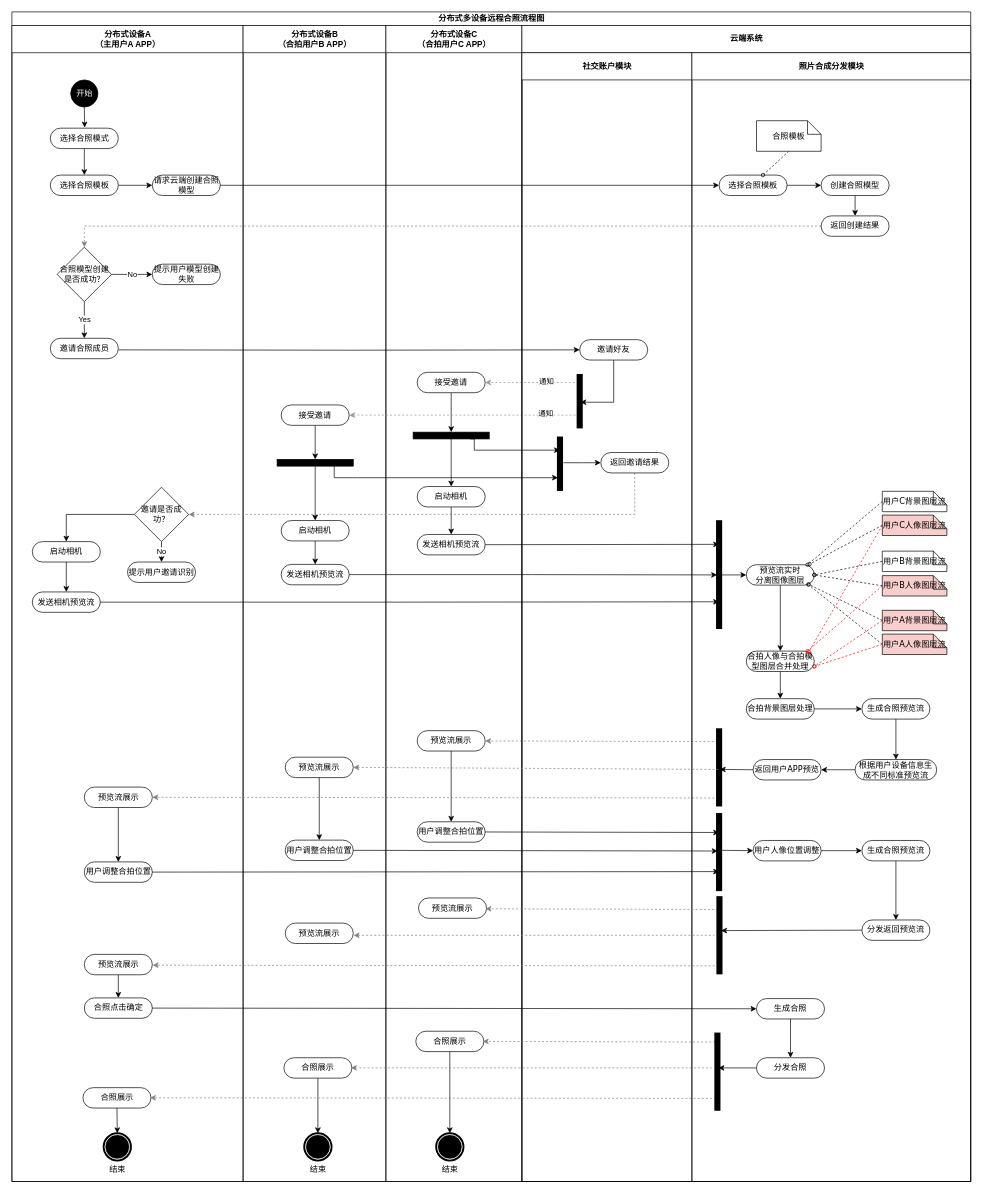
The draw.io diagram draw/分布式多设备远程合照流程图.drawio in befairyliu/draw.io, before the edit. Source tidied: cells renumbered, new cells numbered last; positions are measured from the earlier drawing's top-left corner, leaving out a move shared by most shapes. Both pictures are drawn from the tidied source at 68%, with x=0, y=0 at pixel (12, 12).
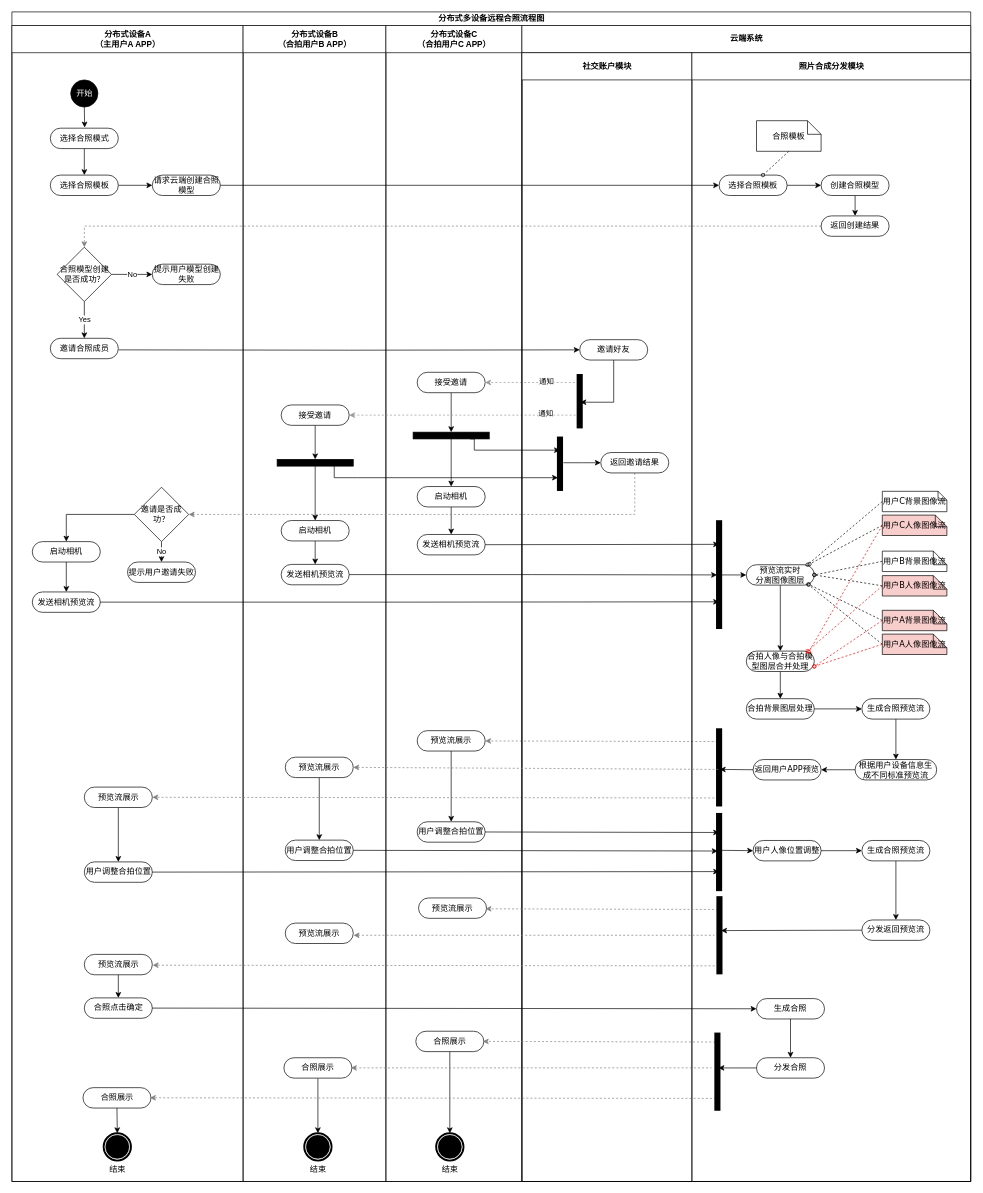
The same page after the edit.

Commit message:
Update 分布式多设备远程合照流程图.drawio

The change refers to these unchanged cells:
```xml
<mxCell id="4" value="分布式设备A&lt;br&gt;（主用户A APP）" style="swimlane;html=1;startSize=40;" parent="2" vertex="1">
  <mxGeometry y="20" width="340" height="1700" as="geometry" />
</mxCell>
<mxCell id="88" value="照片合成分发模块" style="swimlane;html=1;startSize=40;" parent="77" vertex="1">
  <mxGeometry x="250" y="40" width="410" height="1660" as="geometry" />
</mxCell>
```

Change to the diagram source:
```diff
@@
-    <mxCell id="30" value="提示用户邀请识别" style="rounded=1;whiteSpace=wrap;html=1;shadow=0;comic=0;labelBackgroundColor=none;strokeWidth=1;fontFamily=Verdana;fontSize=12;align=center;arcSize=50;" parent="4" vertex="1">
+    <mxCell id="30" value="提示用户邀请失败" style="rounded=1;whiteSpace=wrap;html=1;shadow=0;comic=0;labelBackgroundColor=none;strokeWidth=1;fontFamily=Verdana;fontSize=12;align=center;arcSize=50;" parent="4" vertex="1">
       <mxGeometry x="170" y="789" width="100" height="30" as="geometry" />
     </mxCell>
@@
-    <mxCell id="128" value="用户A人像图层流" style="shape=note;whiteSpace=wrap;html=1;rounded=0;shadow=0;comic=0;labelBackgroundColor=none;strokeWidth=1;fontFamily=Verdana;fontSize=12;align=center;size=20;fillColor=#F8CECC;" parent="88" vertex="1">
+    <mxCell id="128" value="用户A人像图像流" style="shape=note;whiteSpace=wrap;html=1;rounded=0;shadow=0;comic=0;labelBackgroundColor=none;strokeWidth=1;fontFamily=Verdana;fontSize=12;align=center;size=20;fillColor=#F8CECC;" parent="88" vertex="1">
       <mxGeometry x="280" y="855" width="95" height="30" as="geometry" />
     </mxCell>
-    <mxCell id="129" value="用户A背景图层流" style="shape=note;whiteSpace=wrap;html=1;rounded=0;shadow=0;comic=0;labelBackgroundColor=none;strokeWidth=1;fontFamily=Verdana;fontSize=12;align=center;size=20;fillColor=#F8CECC;" parent="88" vertex="1">
+    <mxCell id="129" value="用户A背景图像流" style="shape=note;whiteSpace=wrap;html=1;rounded=0;shadow=0;comic=0;labelBackgroundColor=none;strokeWidth=1;fontFamily=Verdana;fontSize=12;align=center;size=20;fillColor=#F8CECC;" parent="88" vertex="1">
       <mxGeometry x="280" y="820" width="95" height="30" as="geometry" />
     </mxCell>
-    <mxCell id="130" value="用户B人像图层流" style="shape=note;whiteSpace=wrap;html=1;rounded=0;shadow=0;comic=0;labelBackgroundColor=none;strokeWidth=1;fontFamily=Verdana;fontSize=12;align=center;size=20;fillColor=#F8CECC;" parent="88" vertex="1">
+    <mxCell id="130" value="用户B人像图像流" style="shape=note;whiteSpace=wrap;html=1;rounded=0;shadow=0;comic=0;labelBackgroundColor=none;strokeWidth=1;fontFamily=Verdana;fontSize=12;align=center;size=20;fillColor=#F8CECC;" parent="88" vertex="1">
       <mxGeometry x="280" y="769" width="95" height="30" as="geometry" />
     </mxCell>
-    <mxCell id="131" value="用户B背景图层流" style="shape=note;whiteSpace=wrap;html=1;rounded=0;shadow=0;comic=0;labelBackgroundColor=none;strokeWidth=1;fontFamily=Verdana;fontSize=12;align=center;size=20;" parent="88" vertex="1">
+    <mxCell id="131" value="用户B背景图像流" style="shape=note;whiteSpace=wrap;html=1;rounded=0;shadow=0;comic=0;labelBackgroundColor=none;strokeWidth=1;fontFamily=Verdana;fontSize=12;align=center;size=20;" parent="88" vertex="1">
       <mxGeometry x="280" y="733" width="95" height="30" as="geometry" />
     </mxCell>
-    <mxCell id="132" value="用户C背景图层流" style="shape=note;whiteSpace=wrap;html=1;rounded=0;shadow=0;comic=0;labelBackgroundColor=none;strokeWidth=1;fontFamily=Verdana;fontSize=12;align=center;size=20;" parent="88" vertex="1">
+    <mxCell id="132" value="用户C背景图像流" style="shape=note;whiteSpace=wrap;html=1;rounded=0;shadow=0;comic=0;labelBackgroundColor=none;strokeWidth=1;fontFamily=Verdana;fontSize=12;align=center;size=13;" parent="88" vertex="1">
       <mxGeometry x="280" y="645" width="95" height="30" as="geometry" />
     </mxCell>
-    <mxCell id="133" value="用户C人像图层流" style="shape=note;whiteSpace=wrap;html=1;rounded=0;shadow=0;comic=0;labelBackgroundColor=none;strokeWidth=1;fontFamily=Verdana;fontSize=12;align=center;size=20;fillColor=#F8CECC;" parent="88" vertex="1">
+    <mxCell id="133" value="用户C人像图像流" style="shape=note;whiteSpace=wrap;html=1;rounded=0;shadow=0;comic=0;labelBackgroundColor=none;strokeWidth=1;fontFamily=Verdana;fontSize=12;align=center;size=17;fillColor=#F8CECC;" parent="88" vertex="1">
       <mxGeometry x="280" y="680" width="95" height="30" as="geometry" />
     </mxCell>
```
